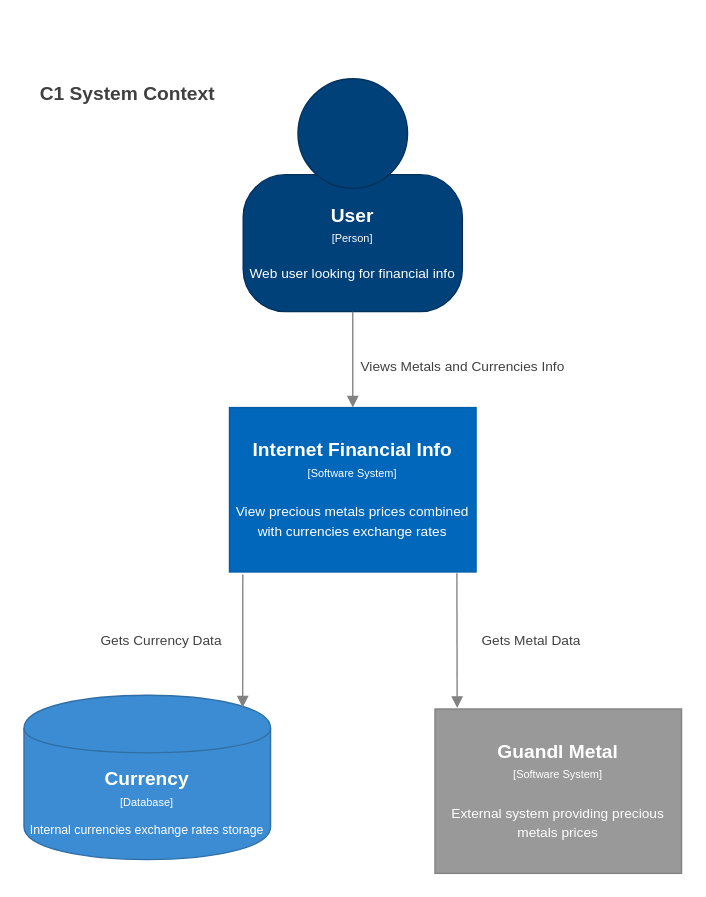
Above: Documentation/C1.drawio in mjoniec/Proj1_GoldCharts (draw.io), before the change. Source tidied: cells renumbered, new cells numbered last; positions are measured from the earlier drawing's top-left corner, leaving out a move shared by most shapes. Both pictures are drawn from the tidied source at 137%, with x=0, y=0 at pixel (23, 78).
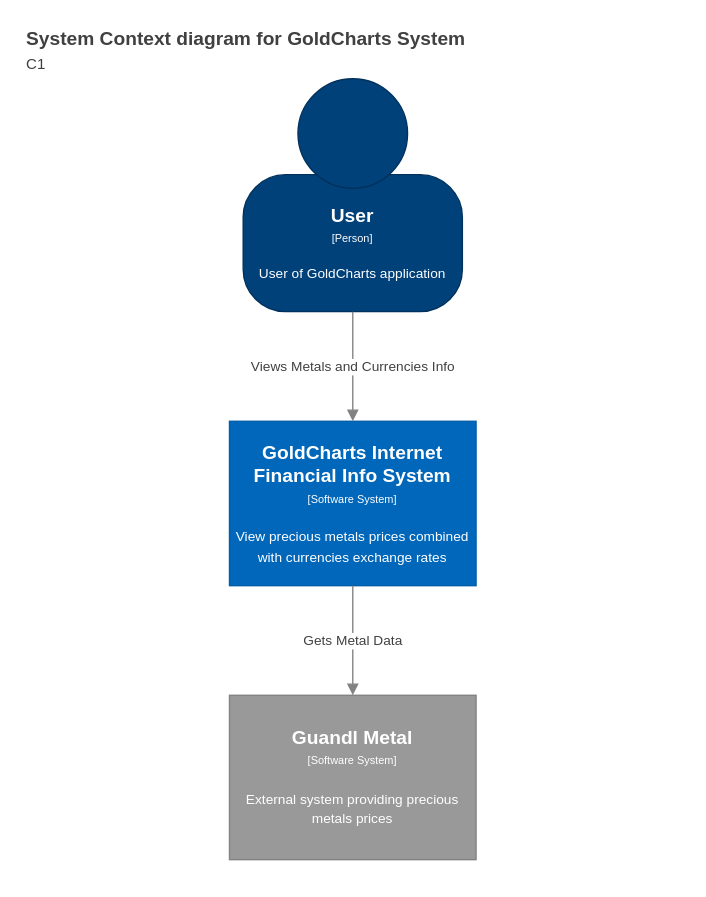
After the change.

Change to the diagram source:
```diff
@@
 <mxGraphModel background="#ffffff">
   <root>
     <mxCell id="0" />
     <mxCell id="1" parent="0" />
     <mxCell id="2" style="group;" parent="1" vertex="1">
       <mxGeometry x="160" width="160" height="170" as="geometry" />
     </mxCell>
-    <mxCell id="3" value="&lt;div style=&quot;color: rgb(255 , 255 , 255) ; white-space: normal&quot;&gt;&lt;span style=&quot;font-size: 14px&quot;&gt;&lt;b&gt;User&lt;/b&gt;&lt;/span&gt;&lt;/div&gt;&lt;div style=&quot;color: rgb(255 , 255 , 255) ; white-space: normal&quot;&gt;&lt;font style=&quot;font-size: 8px&quot;&gt;[Person]&lt;/font&gt;&lt;/div&gt;&lt;div style=&quot;color: rgb(255 , 255 , 255) ; white-space: normal ; font-size: 8px&quot;&gt;&lt;span style=&quot;font-size: x-small&quot;&gt;&lt;br&gt;&lt;/span&gt;&lt;/div&gt;&lt;div style=&quot;color: rgb(255 , 255 , 255) ; white-space: normal&quot;&gt;&lt;font size=&quot;1&quot;&gt;Web user looking for financial info&lt;/font&gt;&lt;/div&gt;" style="rounded=1;whiteSpace=wrap;html=1;strokeColor=#00315C;fillColor=#004179;fontColor=#000000;arcSize=31;" parent="2" vertex="1">
+    <mxCell id="3" value="&lt;div style=&quot;color: rgb(255 , 255 , 255) ; white-space: normal&quot;&gt;&lt;span style=&quot;font-size: 14px&quot;&gt;&lt;b&gt;User&lt;/b&gt;&lt;/span&gt;&lt;/div&gt;&lt;div style=&quot;color: rgb(255 , 255 , 255) ; white-space: normal&quot;&gt;&lt;font style=&quot;font-size: 8px&quot;&gt;[Person]&lt;/font&gt;&lt;/div&gt;&lt;div style=&quot;color: rgb(255 , 255 , 255) ; white-space: normal ; font-size: 8px&quot;&gt;&lt;span style=&quot;font-size: x-small&quot;&gt;&lt;br&gt;&lt;/span&gt;&lt;/div&gt;&lt;div style=&quot;color: rgb(255 , 255 , 255) ; white-space: normal&quot;&gt;&lt;font size=&quot;1&quot;&gt;User of GoldCharts application&lt;br&gt;&lt;/font&gt;&lt;/div&gt;" style="rounded=1;whiteSpace=wrap;html=1;strokeColor=#00315C;fillColor=#004179;fontColor=#000000;arcSize=31;" parent="2" vertex="1">
       <mxGeometry y="70" width="160" height="100" as="geometry" />
     </mxCell>
     <mxCell id="4" style="ellipse;whiteSpace=wrap;html=1;strokeColor=#00315C;fillColor=#004179;fontColor=#000000;" parent="2" vertex="1">
       <mxGeometry x="40" width="80" height="80" as="geometry" />
     </mxCell>
-    <mxCell id="5" value="&lt;div&gt;&lt;span style=&quot;font-size: 14px&quot;&gt;&lt;b&gt;Internet Financial Info&lt;/b&gt;&lt;br&gt;&lt;/span&gt;&lt;/div&gt;&lt;div&gt;&lt;span style=&quot;font-size: 8px&quot;&gt;[Software System]&lt;/span&gt;&lt;/div&gt;&lt;div&gt;&lt;span style=&quot;font-size: 8px&quot;&gt;&lt;br&gt;&lt;/span&gt;&lt;/div&gt;&lt;div&gt;&lt;font size=&quot;1&quot;&gt;View precious metals prices combined with currencies exchange rates&lt;br&gt;&lt;/font&gt;&lt;/div&gt;" style="rounded=0;whiteSpace=wrap;html=1;fillColor=#0067BA;fontColor=#FFFFFF;strokeColor=#005DA8;" parent="1" vertex="1">
-      <mxGeometry x="150" y="240" width="180" height="120" as="geometry" />
+    <mxCell id="5" value="&lt;div&gt;&lt;span style=&quot;font-size: 14px&quot;&gt;&lt;b&gt;GoldCharts Internet Financial Info System&lt;/b&gt; &lt;br&gt;&lt;/span&gt;&lt;/div&gt;&lt;div&gt;&lt;span style=&quot;font-size: 8px&quot;&gt;[Software System]&lt;/span&gt;&lt;/div&gt;&lt;div&gt;&lt;span style=&quot;font-size: 8px&quot;&gt;&lt;br&gt;&lt;/span&gt;&lt;/div&gt;&lt;div&gt;&lt;font size=&quot;1&quot;&gt;View precious metals prices combined with currencies exchange rates&lt;br&gt;&lt;/font&gt;&lt;/div&gt;" style="rounded=0;whiteSpace=wrap;html=1;fillColor=#0067BA;fontColor=#FFFFFF;strokeColor=#005DA8;" parent="1" vertex="1">
+      <mxGeometry x="150" y="250" width="180" height="120" as="geometry" />
     </mxCell>
-    <mxCell id="6" value="&lt;div style=&quot;color: rgb(255 , 255 , 255) ; white-space: normal&quot;&gt;&lt;span style=&quot;font-size: 14px&quot;&gt;&lt;b&gt;Currency&lt;/b&gt;&lt;br&gt;&lt;/span&gt;&lt;/div&gt;&lt;div style=&quot;color: rgb(255 , 255 , 255) ; font-size: 12px ; white-space: normal&quot;&gt;&lt;font style=&quot;font-size: 8px&quot;&gt;[Database]&lt;/font&gt;&lt;/div&gt;&lt;div style=&quot;color: rgb(255 , 255 , 255) ; white-space: normal ; font-size: 8px&quot;&gt;&lt;font style=&quot;line-height: 9.6px&quot;&gt;&lt;br&gt;&lt;/font&gt;&lt;/div&gt;&lt;div style=&quot;color: rgb(255 , 255 , 255) ; white-space: normal&quot;&gt;Internal currencies exchange rates storage&lt;br&gt;&lt;/div&gt;" style="shape=cylinder;whiteSpace=wrap;html=1;boundedLbl=1;backgroundOutline=1;strokeColor=#2F6FA6;strokeWidth=1;fillColor=#3B8CD2;fontSize=9;fontColor=#000000;align=center;" parent="1" vertex="1">
-      <mxGeometry y="450" width="180" height="120" as="geometry" />
-    </mxCell>
     <mxCell id="7" value="&lt;div&gt;&lt;span style=&quot;font-size: 14px&quot;&gt;&lt;b&gt;Guandl Metal&lt;/b&gt;&lt;br&gt;&lt;/span&gt;&lt;/div&gt;&lt;div&gt;&lt;span style=&quot;font-size: 8px&quot;&gt;[Software System&lt;/span&gt;&lt;span style=&quot;font-size: 8px&quot;&gt;]&lt;/span&gt;&lt;/div&gt;&lt;div&gt;&lt;span style=&quot;font-size: 8px&quot;&gt;&lt;br&gt;&lt;/span&gt;&lt;/div&gt;&lt;div&gt;&lt;font size=&quot;1&quot;&gt;External system providing precious metals prices&lt;br&gt;&lt;/font&gt;&lt;/div&gt;" style="rounded=0;whiteSpace=wrap;html=1;fillColor=#999999;fontColor=#FFFFFF;strokeColor=#828282;" parent="1" vertex="1">
-      <mxGeometry x="300" y="460" width="180" height="120" as="geometry" />
+      <mxGeometry x="150" y="450" width="180" height="120" as="geometry" />
     </mxCell>
     <mxCell id="8" value="Views Metals and Currencies Info " style="endArrow=block;html=1;fontSize=10;fontColor=#404040;strokeWidth=1;endFill=1;strokeColor=#828282;elbow=vertical;exitX=0.5;exitY=1;exitDx=0;exitDy=0;entryX=0.5;entryY=0;entryDx=0;entryDy=0;" parent="1" edge="1" source="3" target="5">
-      <mxGeometry x="0.14" y="80" relative="1" as="geometry" />
+      <mxGeometry relative="1" as="geometry" />
     </mxCell>
-    <mxCell id="9" value="&lt;span style=&quot;font-size: 10px&quot;&gt;Gets Currency Data&lt;br&gt;&lt;/span&gt;" style="endArrow=block;html=1;fontSize=10;fontColor=#404040;strokeWidth=1;endFill=1;strokeColor=#828282;elbow=vertical;exitX=0.054;exitY=1.015;exitDx=0;exitDy=0;exitPerimeter=0;entryX=0.887;entryY=0.075;entryDx=0;entryDy=0;entryPerimeter=0;" parent="1" edge="1" source="5" target="6">
-      <mxGeometry x="-0.01" y="-60" relative="1" as="geometry" />
-    </mxCell>
-    <mxCell id="10" value="Gets Metal Data" style="endArrow=block;html=1;fontSize=10;fontColor=#404040;strokeWidth=1;endFill=1;strokeColor=#828282;elbow=vertical;entryX=0.09;entryY=-0.006;entryDx=0;entryDy=0;entryPerimeter=0;" parent="1" edge="1" target="7">
-      <mxGeometry y="54" relative="1" as="geometry">
-        <mxPoint x="316" y="361" as="sourcePoint" />
-      </mxGeometry>
+    <mxCell id="10" value="Gets Metal Data" style="endArrow=block;html=1;fontSize=10;fontColor=#404040;strokeWidth=1;endFill=1;strokeColor=#828282;elbow=vertical;exitX=0.5;exitY=1;exitDx=0;exitDy=0;entryX=0.5;entryY=0;entryDx=0;entryDy=0;" parent="1" edge="1" source="5" target="7">
+      <mxGeometry relative="1" as="geometry" />
     </mxCell>
-    <mxCell id="11" value="C1 System Context&lt;br style=&quot;font-size: 10px&quot;&gt;&lt;font size=&quot;1&quot;&gt;&lt;span style=&quot;font-weight: 400&quot;&gt;&lt;/span&gt;&lt;/font&gt;" style="text;html=1;align=left;verticalAlign=top;spacingTop=-4;fontSize=14;fontColor=#404040;fontStyle=1;" parent="1" vertex="1">
-      <mxGeometry x="10" width="150" height="20" as="geometry" />
+    <mxCell id="11" value="&lt;div&gt;System Context diagram for GoldCharts System&lt;/div&gt;&lt;div&gt;&lt;span style=&quot;font-weight: normal&quot;&gt;&lt;font style=&quot;font-size: 11px&quot;&gt;C1&lt;/font&gt;&lt;/span&gt;&lt;br&gt;&lt;/div&gt;&lt;font size=&quot;1&quot;&gt;&lt;span style=&quot;font-weight: 400&quot;&gt;&lt;/span&gt;&lt;/font&gt;" style="text;html=1;align=left;verticalAlign=top;spacingTop=-4;fontSize=14;fontColor=#404040;fontStyle=1;" parent="1" vertex="1">
+      <mxGeometry y="-40" width="350" height="40" as="geometry" />
     </mxCell>
   </root>
 </mxGraphModel>
```
